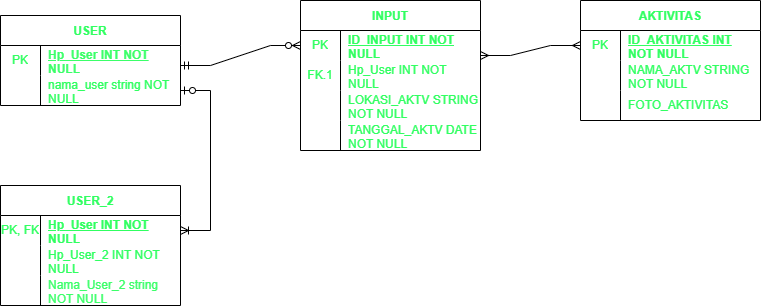
Before: ERD.png, a diagram exported from draw.io (ALTA-BE14-AdiYuda/ERD). Source tidied: cells renumbered, new cells last; positions are measured from the earlier drawing's top-left corner, leaving out a move shared by most shapes. The source it was exported from:
```xml
<mxGraphModel>
  <root>
    <mxCell id="0" />
    <mxCell id="1" parent="0" />
    <mxCell id="2" value="USER" style="shape=table;startSize=30;rowLines=0;fontStyle=1;fontColor=#30FF61;" parent="1" vertex="1">
      <mxGeometry y="15" width="180" height="90" as="geometry" />
    </mxCell>
    <mxCell id="3" style="shape=tableRow;horizontal=0;startSize=0;swimlaneHead=0;swimlaneBody=0;top=0;left=0;bottom=0;right=0;fillColor=none;" parent="2" vertex="1">
      <mxGeometry y="30" width="180" height="30" as="geometry" />
    </mxCell>
    <mxCell id="4" value="&lt;font style=&quot;--darkreader-inline-color:#3bff69;&quot; color=&quot;#30ff61&quot;&gt;PK&lt;/font&gt;" style="shape=partialRectangle;html=1;whiteSpace=wrap;fillColor=none;top=0;left=0;bottom=0;right=0;overflow=hidden;" parent="3" vertex="1">
      <mxGeometry width="40" height="30" as="geometry" />
    </mxCell>
    <mxCell id="5" value="&lt;u style=&quot;color: rgb(59, 255, 105); --darkreader-inline-color:#43ff6f;&quot;&gt;&lt;b&gt;Hp_User INT NOT NULL&lt;/b&gt;&lt;/u&gt;" style="shape=partialRectangle;html=1;whiteSpace=wrap;fillColor=none;top=0;left=0;bottom=0;right=0;align=left;spacingLeft=6;overflow=hidden;" parent="3" vertex="1">
      <mxGeometry x="40" width="140" height="30" as="geometry" />
    </mxCell>
    <mxCell id="6" style="shape=tableRow;horizontal=0;startSize=0;swimlaneHead=0;swimlaneBody=0;top=0;left=0;bottom=0;right=0;fillColor=none;points=[[0,0.5],[1,0.5]];portConstraint=eastwest;" parent="2" vertex="1">
      <mxGeometry y="60" width="180" height="30" as="geometry" />
    </mxCell>
    <mxCell id="7" style="shape=partialRectangle;html=1;whiteSpace=wrap;fillColor=none;top=0;left=0;bottom=0;right=0;overflow=hidden;" parent="6" vertex="1">
      <mxGeometry width="40" height="30" as="geometry" />
    </mxCell>
    <mxCell id="8" value="&lt;font style=&quot;--darkreader-inline-color:#3bff69;&quot; color=&quot;#30ff61&quot;&gt;nama_user string NOT NULL&lt;/font&gt;" style="shape=partialRectangle;html=1;whiteSpace=wrap;fillColor=none;top=0;left=0;bottom=0;right=0;align=left;spacingLeft=6;overflow=hidden;" parent="6" vertex="1">
      <mxGeometry x="40" width="140" height="30" as="geometry" />
    </mxCell>
    <mxCell id="9" value="INPUT" style="shape=table;startSize=30;rowLines=0;fontStyle=1;fontColor=#30FF61;" parent="1" vertex="1">
      <mxGeometry x="300" width="180" height="150" as="geometry" />
    </mxCell>
    <mxCell id="10" style="shape=tableRow;horizontal=0;startSize=0;swimlaneHead=0;swimlaneBody=0;top=0;left=0;bottom=0;right=0;fillColor=none;points=[[0,0.5],[1,0.5]];portConstraint=eastwest;fontColor=#30FF61;" parent="9" vertex="1">
      <mxGeometry y="30" width="180" height="30" as="geometry" />
    </mxCell>
    <mxCell id="11" value="PK" style="shape=partialRectangle;html=1;whiteSpace=wrap;fillColor=none;top=0;left=0;bottom=0;right=0;overflow=hidden;fontColor=#30FF61;" parent="10" vertex="1">
      <mxGeometry width="40" height="30" as="geometry" />
    </mxCell>
    <mxCell id="12" value="&lt;u&gt;&lt;b&gt;ID_INPUT INT NOT NULL&lt;/b&gt;&lt;/u&gt;" style="shape=partialRectangle;html=1;whiteSpace=wrap;fillColor=none;top=0;left=0;bottom=0;right=0;align=left;spacingLeft=6;overflow=hidden;fontColor=#30FF61;" parent="10" vertex="1">
      <mxGeometry x="40" width="140" height="30" as="geometry" />
    </mxCell>
    <mxCell id="13" style="shape=tableRow;horizontal=0;startSize=0;swimlaneHead=0;swimlaneBody=0;top=0;left=0;bottom=0;right=0;fillColor=none;points=[[0,0.5],[1,0.5]];portConstraint=eastwest;fontColor=#30FF61;" parent="9" vertex="1">
      <mxGeometry y="60" width="180" height="30" as="geometry" />
    </mxCell>
    <mxCell id="14" value="FK.1" style="shape=partialRectangle;html=1;whiteSpace=wrap;fillColor=none;top=0;left=0;bottom=0;right=0;overflow=hidden;fontColor=#30FF61;" parent="13" vertex="1">
      <mxGeometry width="40" height="30" as="geometry" />
    </mxCell>
    <mxCell id="15" value="Hp_User INT NOT NULL" style="shape=partialRectangle;html=1;whiteSpace=wrap;fillColor=none;top=0;left=0;bottom=0;right=0;align=left;spacingLeft=6;overflow=hidden;fontColor=#30FF61;" parent="13" vertex="1">
      <mxGeometry x="40" width="140" height="30" as="geometry" />
    </mxCell>
    <mxCell id="16" style="shape=tableRow;horizontal=0;startSize=0;swimlaneHead=0;swimlaneBody=0;top=0;left=0;bottom=0;right=0;fillColor=none;fontColor=#30FF61;" parent="9" vertex="1">
      <mxGeometry y="90" width="180" height="30" as="geometry" />
    </mxCell>
    <mxCell id="17" style="shape=partialRectangle;html=1;whiteSpace=wrap;fillColor=none;top=0;left=0;bottom=0;right=0;overflow=hidden;fontColor=#30FF61;" parent="16" vertex="1">
      <mxGeometry width="40" height="30" as="geometry" />
    </mxCell>
    <mxCell id="18" value="LOKASI_AKTV STRING NOT NULL" style="shape=partialRectangle;html=1;whiteSpace=wrap;fillColor=none;top=0;left=0;bottom=0;right=0;align=left;spacingLeft=6;overflow=hidden;fontColor=#30FF61;" parent="16" vertex="1">
      <mxGeometry x="40" width="140" height="30" as="geometry" />
    </mxCell>
    <mxCell id="19" style="shape=tableRow;horizontal=0;startSize=0;swimlaneHead=0;swimlaneBody=0;top=0;left=0;bottom=0;right=0;fillColor=none;fontColor=#30FF61;" parent="9" vertex="1">
      <mxGeometry y="120" width="180" height="30" as="geometry" />
    </mxCell>
    <mxCell id="20" style="shape=partialRectangle;html=1;whiteSpace=wrap;fillColor=none;top=0;left=0;bottom=0;right=0;overflow=hidden;fontColor=#30FF61;" parent="19" vertex="1">
      <mxGeometry width="40" height="30" as="geometry" />
    </mxCell>
    <mxCell id="21" value="TANGGAL_AKTV DATE NOT NULL" style="shape=partialRectangle;html=1;whiteSpace=wrap;fillColor=none;top=0;left=0;bottom=0;right=0;align=left;spacingLeft=6;overflow=hidden;fontColor=#30FF61;" parent="19" vertex="1">
      <mxGeometry x="40" width="140" height="30" as="geometry" />
    </mxCell>
    <mxCell id="22" value="USER_2" style="shape=table;startSize=30;rowLines=0;fontStyle=1;fontColor=#30FF61;" parent="1" vertex="1">
      <mxGeometry y="185" width="180" height="120" as="geometry" />
    </mxCell>
    <mxCell id="23" style="shape=tableRow;horizontal=0;startSize=0;swimlaneHead=0;swimlaneBody=0;top=0;left=0;bottom=0;right=0;fillColor=none;points=[[0,0.5],[1,0.5]];portConstraint=eastwest;" parent="22" vertex="1">
      <mxGeometry y="30" width="180" height="30" as="geometry" />
    </mxCell>
    <mxCell id="24" value="&lt;font style=&quot;--darkreader-inline-color:#3bff69;&quot; color=&quot;#30ff61&quot;&gt;PK, FK&lt;/font&gt;" style="shape=partialRectangle;html=1;whiteSpace=wrap;fillColor=none;top=0;left=0;bottom=0;right=0;overflow=hidden;" parent="23" vertex="1">
      <mxGeometry width="40" height="30" as="geometry" />
    </mxCell>
    <mxCell id="25" value="&lt;font style=&quot;--darkreader-inline-color:#3bff69;&quot; color=&quot;#30ff61&quot;&gt;&lt;u&gt;&lt;b&gt;Hp_User INT NOT NULL&lt;/b&gt;&lt;/u&gt;&lt;/font&gt;" style="shape=partialRectangle;html=1;whiteSpace=wrap;fillColor=none;top=0;left=0;bottom=0;right=0;align=left;spacingLeft=6;overflow=hidden;" parent="23" vertex="1">
      <mxGeometry x="40" width="140" height="30" as="geometry" />
    </mxCell>
    <mxCell id="26" style="shape=tableRow;horizontal=0;startSize=0;swimlaneHead=0;swimlaneBody=0;top=0;left=0;bottom=0;right=0;fillColor=none;" parent="22" vertex="1">
      <mxGeometry y="60" width="180" height="30" as="geometry" />
    </mxCell>
    <mxCell id="27" style="shape=partialRectangle;html=1;whiteSpace=wrap;fillColor=none;top=0;left=0;bottom=0;right=0;overflow=hidden;" parent="26" vertex="1">
      <mxGeometry width="40" height="30" as="geometry" />
    </mxCell>
    <mxCell id="28" value="&lt;font style=&quot;--darkreader-inline-color:#3bff69;&quot; color=&quot;#30ff61&quot;&gt;Hp_User_2 INT NOT NULL&lt;/font&gt;" style="shape=partialRectangle;html=1;whiteSpace=wrap;fillColor=none;top=0;left=0;bottom=0;right=0;align=left;spacingLeft=6;overflow=hidden;" parent="26" vertex="1">
      <mxGeometry x="40" width="140" height="30" as="geometry" />
    </mxCell>
    <mxCell id="29" style="shape=tableRow;horizontal=0;startSize=0;swimlaneHead=0;swimlaneBody=0;top=0;left=0;bottom=0;right=0;fillColor=none;" parent="22" vertex="1">
      <mxGeometry y="90" width="180" height="30" as="geometry" />
    </mxCell>
    <mxCell id="30" style="shape=partialRectangle;html=1;whiteSpace=wrap;fillColor=none;top=0;left=0;bottom=0;right=0;overflow=hidden;" parent="29" vertex="1">
      <mxGeometry width="40" height="30" as="geometry" />
    </mxCell>
    <mxCell id="31" value="&lt;span style=&quot;color: rgb(59, 255, 105); --darkreader-inline-color:#43ff6f;&quot;&gt;Nama_User_2 string NOT NULL&lt;/span&gt;" style="shape=partialRectangle;html=1;whiteSpace=wrap;fillColor=none;top=0;left=0;bottom=0;right=0;align=left;spacingLeft=6;overflow=hidden;" parent="29" vertex="1">
      <mxGeometry x="40" width="140" height="30" as="geometry" />
    </mxCell>
    <mxCell id="32" value="AKTIVITAS" style="shape=table;startSize=30;rowLines=0;fontStyle=1;fontColor=#30FF61;" parent="1" vertex="1">
      <mxGeometry x="580" width="180" height="120" as="geometry" />
    </mxCell>
    <mxCell id="33" style="shape=tableRow;horizontal=0;startSize=0;swimlaneHead=0;swimlaneBody=0;top=0;left=0;bottom=0;right=0;fillColor=none;points=[[0,0.5],[1,0.5]];portConstraint=eastwest;fontColor=#30FF61;" parent="32" vertex="1">
      <mxGeometry y="30" width="180" height="30" as="geometry" />
    </mxCell>
    <mxCell id="34" value="PK" style="shape=partialRectangle;html=1;whiteSpace=wrap;fillColor=none;top=0;left=0;bottom=0;right=0;overflow=hidden;fontColor=#30FF61;" parent="33" vertex="1">
      <mxGeometry width="40" height="30" as="geometry" />
    </mxCell>
    <mxCell id="35" value="&lt;u&gt;&lt;b&gt;ID_AKTIVITAS INT NOT NULL&lt;/b&gt;&lt;/u&gt;" style="shape=partialRectangle;html=1;whiteSpace=wrap;fillColor=none;top=0;left=0;bottom=0;right=0;align=left;spacingLeft=6;overflow=hidden;fontColor=#30FF61;" parent="33" vertex="1">
      <mxGeometry x="40" width="140" height="30" as="geometry" />
    </mxCell>
    <mxCell id="36" style="shape=tableRow;horizontal=0;startSize=0;swimlaneHead=0;swimlaneBody=0;top=0;left=0;bottom=0;right=0;fillColor=none;fontColor=#30FF61;" parent="32" vertex="1">
      <mxGeometry y="60" width="180" height="30" as="geometry" />
    </mxCell>
    <mxCell id="37" style="shape=partialRectangle;html=1;whiteSpace=wrap;fillColor=none;top=0;left=0;bottom=0;right=0;overflow=hidden;fontColor=#30FF61;" parent="36" vertex="1">
      <mxGeometry width="40" height="30" as="geometry" />
    </mxCell>
    <mxCell id="38" value="NAMA_AKTV STRING NOT NULL" style="shape=partialRectangle;html=1;whiteSpace=wrap;fillColor=none;top=0;left=0;bottom=0;right=0;align=left;spacingLeft=6;overflow=hidden;fontColor=#30FF61;" parent="36" vertex="1">
      <mxGeometry x="40" width="140" height="30" as="geometry" />
    </mxCell>
    <mxCell id="39" style="shape=tableRow;horizontal=0;startSize=0;swimlaneHead=0;swimlaneBody=0;top=0;left=0;bottom=0;right=0;fillColor=none;fontColor=#30FF61;" parent="32" vertex="1">
      <mxGeometry y="90" width="180" height="30" as="geometry" />
    </mxCell>
    <mxCell id="40" style="shape=partialRectangle;html=1;whiteSpace=wrap;fillColor=none;top=0;left=0;bottom=0;right=0;overflow=hidden;fontColor=#30FF61;" parent="39" vertex="1">
      <mxGeometry width="40" height="30" as="geometry" />
    </mxCell>
    <mxCell id="41" value="FOTO_AKTIVITAS" style="shape=partialRectangle;html=1;whiteSpace=wrap;fillColor=none;top=0;left=0;bottom=0;right=0;align=left;spacingLeft=6;overflow=hidden;fontColor=#30FF61;" parent="39" vertex="1">
      <mxGeometry x="40" width="140" height="30" as="geometry" />
    </mxCell>
    <mxCell id="42" style="edgeStyle=entityRelationEdgeStyle;fontSize=12;html=1;endArrow=ERzeroToMany;startArrow=ERmandOne;rounded=0;entryX=0;entryY=0.5;entryDx=0;entryDy=0;" parent="1" edge="1" target="10">
      <mxGeometry relative="1" as="geometry">
        <mxPoint x="180" y="65" as="sourcePoint" />
      </mxGeometry>
    </mxCell>
    <mxCell id="43" style="edgeStyle=entityRelationEdgeStyle;fontSize=12;html=1;endArrow=ERoneToMany;startArrow=ERzeroToOne;rounded=0;entryX=1;entryY=0.5;entryDx=0;entryDy=0;exitX=1;exitY=0.5;exitDx=0;exitDy=0;" parent="1" edge="1" source="6" target="23">
      <mxGeometry relative="1" as="geometry" />
    </mxCell>
    <mxCell id="44" style="edgeStyle=entityRelationEdgeStyle;fontSize=12;html=1;endArrow=ERmany;startArrow=ERmany;rounded=0;entryX=0;entryY=0.5;entryDx=0;entryDy=0;" parent="1" edge="1" target="33">
      <mxGeometry relative="1" as="geometry">
        <mxPoint x="480" y="55" as="sourcePoint" />
      </mxGeometry>
    </mxCell>
  </root>
</mxGraphModel>
```
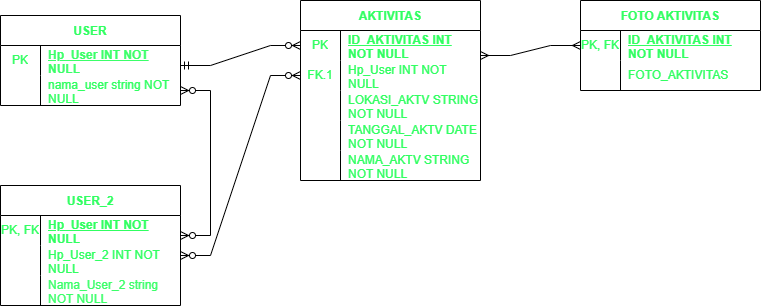
After the commit.

Change to the diagram source:
```diff
@@ -23,8 +23,8 @@
     <mxCell id="8" value="&lt;font style=&quot;--darkreader-inline-color:#3bff69;&quot; color=&quot;#30ff61&quot;&gt;nama_user string NOT NULL&lt;/font&gt;" style="shape=partialRectangle;html=1;whiteSpace=wrap;fillColor=none;top=0;left=0;bottom=0;right=0;align=left;spacingLeft=6;overflow=hidden;" parent="6" vertex="1">
       <mxGeometry x="40" width="140" height="30" as="geometry" />
     </mxCell>
-    <mxCell id="9" value="INPUT" style="shape=table;startSize=30;rowLines=0;fontStyle=1;fontColor=#30FF61;" parent="1" vertex="1">
-      <mxGeometry x="300" width="180" height="150" as="geometry" />
+    <mxCell id="9" value="AKTIVITAS" style="shape=table;startSize=30;rowLines=0;fontStyle=1;fontColor=#30FF61;" parent="1" vertex="1">
+      <mxGeometry x="300" width="180" height="180" as="geometry" />
     </mxCell>
     <mxCell id="10" style="shape=tableRow;horizontal=0;startSize=0;swimlaneHead=0;swimlaneBody=0;top=0;left=0;bottom=0;right=0;fillColor=none;points=[[0,0.5],[1,0.5]];portConstraint=eastwest;fontColor=#30FF61;" parent="9" vertex="1">
       <mxGeometry y="30" width="180" height="30" as="geometry" />
@@ -32,7 +32,7 @@
     <mxCell id="11" value="PK" style="shape=partialRectangle;html=1;whiteSpace=wrap;fillColor=none;top=0;left=0;bottom=0;right=0;overflow=hidden;fontColor=#30FF61;" parent="10" vertex="1">
       <mxGeometry width="40" height="30" as="geometry" />
     </mxCell>
-    <mxCell id="12" value="&lt;u&gt;&lt;b&gt;ID_INPUT INT NOT NULL&lt;/b&gt;&lt;/u&gt;" style="shape=partialRectangle;html=1;whiteSpace=wrap;fillColor=none;top=0;left=0;bottom=0;right=0;align=left;spacingLeft=6;overflow=hidden;fontColor=#30FF61;" parent="10" vertex="1">
+    <mxCell id="12" value="&lt;u&gt;&lt;b&gt;ID_AKTIVITAS INT NOT NULL&lt;/b&gt;&lt;/u&gt;" style="shape=partialRectangle;html=1;whiteSpace=wrap;fillColor=none;top=0;left=0;bottom=0;right=0;align=left;spacingLeft=6;overflow=hidden;fontColor=#30FF61;" parent="10" vertex="1">
       <mxGeometry x="40" width="140" height="30" as="geometry" />
     </mxCell>
     <mxCell id="13" style="shape=tableRow;horizontal=0;startSize=0;swimlaneHead=0;swimlaneBody=0;top=0;left=0;bottom=0;right=0;fillColor=none;points=[[0,0.5],[1,0.5]];portConstraint=eastwest;fontColor=#30FF61;" parent="9" vertex="1">
@@ -62,6 +62,15 @@
     <mxCell id="21" value="TANGGAL_AKTV DATE NOT NULL" style="shape=partialRectangle;html=1;whiteSpace=wrap;fillColor=none;top=0;left=0;bottom=0;right=0;align=left;spacingLeft=6;overflow=hidden;fontColor=#30FF61;" parent="19" vertex="1">
       <mxGeometry x="40" width="140" height="30" as="geometry" />
     </mxCell>
+    <mxCell id="45" style="shape=tableRow;horizontal=0;startSize=0;swimlaneHead=0;swimlaneBody=0;top=0;left=0;bottom=0;right=0;fillColor=none;fontColor=#30FF61;" parent="9" vertex="1">
+      <mxGeometry y="150" width="180" height="30" as="geometry" />
+    </mxCell>
+    <mxCell id="40" style="shape=partialRectangle;html=1;whiteSpace=wrap;fillColor=none;top=0;left=0;bottom=0;right=0;overflow=hidden;fontColor=#30FF61;" parent="45" vertex="1">
+      <mxGeometry width="40" height="30" as="geometry" />
+    </mxCell>
+    <mxCell id="46" value="NAMA_AKTV STRING NOT NULL" style="shape=partialRectangle;html=1;whiteSpace=wrap;fillColor=none;top=0;left=0;bottom=0;right=0;align=left;spacingLeft=6;overflow=hidden;fontColor=#30FF61;" parent="45" vertex="1">
+      <mxGeometry x="40" width="140" height="30" as="geometry" />
+    </mxCell>
     <mxCell id="22" value="USER_2" style="shape=table;startSize=30;rowLines=0;fontStyle=1;fontColor=#30FF61;" parent="1" vertex="1">
       <mxGeometry y="185" width="180" height="120" as="geometry" />
     </mxCell>
@@ -92,13 +101,13 @@
     <mxCell id="31" value="&lt;span style=&quot;color: rgb(59, 255, 105); --darkreader-inline-color:#43ff6f;&quot;&gt;Nama_User_2 string NOT NULL&lt;/span&gt;" style="shape=partialRectangle;html=1;whiteSpace=wrap;fillColor=none;top=0;left=0;bottom=0;right=0;align=left;spacingLeft=6;overflow=hidden;" parent="29" vertex="1">
       <mxGeometry x="40" width="140" height="30" as="geometry" />
     </mxCell>
-    <mxCell id="32" value="AKTIVITAS" style="shape=table;startSize=30;rowLines=0;fontStyle=1;fontColor=#30FF61;" parent="1" vertex="1">
-      <mxGeometry x="580" width="180" height="120" as="geometry" />
+    <mxCell id="32" value="FOTO AKTIVITAS" style="shape=table;startSize=30;rowLines=0;fontStyle=1;fontColor=#30FF61;" parent="1" vertex="1">
+      <mxGeometry x="580" width="180" height="90" as="geometry" />
     </mxCell>
     <mxCell id="33" style="shape=tableRow;horizontal=0;startSize=0;swimlaneHead=0;swimlaneBody=0;top=0;left=0;bottom=0;right=0;fillColor=none;points=[[0,0.5],[1,0.5]];portConstraint=eastwest;fontColor=#30FF61;" parent="32" vertex="1">
       <mxGeometry y="30" width="180" height="30" as="geometry" />
     </mxCell>
-    <mxCell id="34" value="PK" style="shape=partialRectangle;html=1;whiteSpace=wrap;fillColor=none;top=0;left=0;bottom=0;right=0;overflow=hidden;fontColor=#30FF61;" parent="33" vertex="1">
+    <mxCell id="34" value="PK, FK" style="shape=partialRectangle;html=1;whiteSpace=wrap;fillColor=none;top=0;left=0;bottom=0;right=0;overflow=hidden;fontColor=#30FF61;" parent="33" vertex="1">
       <mxGeometry width="40" height="30" as="geometry" />
     </mxCell>
     <mxCell id="35" value="&lt;u&gt;&lt;b&gt;ID_AKTIVITAS INT NOT NULL&lt;/b&gt;&lt;/u&gt;" style="shape=partialRectangle;html=1;whiteSpace=wrap;fillColor=none;top=0;left=0;bottom=0;right=0;align=left;spacingLeft=6;overflow=hidden;fontColor=#30FF61;" parent="33" vertex="1">
@@ -110,30 +119,28 @@
     <mxCell id="37" style="shape=partialRectangle;html=1;whiteSpace=wrap;fillColor=none;top=0;left=0;bottom=0;right=0;overflow=hidden;fontColor=#30FF61;" parent="36" vertex="1">
       <mxGeometry width="40" height="30" as="geometry" />
     </mxCell>
-    <mxCell id="38" value="NAMA_AKTV STRING NOT NULL" style="shape=partialRectangle;html=1;whiteSpace=wrap;fillColor=none;top=0;left=0;bottom=0;right=0;align=left;spacingLeft=6;overflow=hidden;fontColor=#30FF61;" parent="36" vertex="1">
+    <mxCell id="38" value="FOTO_AKTIVITAS" style="shape=partialRectangle;html=1;whiteSpace=wrap;fillColor=none;top=0;left=0;bottom=0;right=0;align=left;spacingLeft=6;overflow=hidden;fontColor=#30FF61;" parent="36" vertex="1">
       <mxGeometry x="40" width="140" height="30" as="geometry" />
     </mxCell>
-    <mxCell id="39" style="shape=tableRow;horizontal=0;startSize=0;swimlaneHead=0;swimlaneBody=0;top=0;left=0;bottom=0;right=0;fillColor=none;fontColor=#30FF61;" parent="32" vertex="1">
-      <mxGeometry y="90" width="180" height="30" as="geometry" />
-    </mxCell>
-    <mxCell id="40" style="shape=partialRectangle;html=1;whiteSpace=wrap;fillColor=none;top=0;left=0;bottom=0;right=0;overflow=hidden;fontColor=#30FF61;" parent="39" vertex="1">
-      <mxGeometry width="40" height="30" as="geometry" />
-    </mxCell>
-    <mxCell id="41" value="FOTO_AKTIVITAS" style="shape=partialRectangle;html=1;whiteSpace=wrap;fillColor=none;top=0;left=0;bottom=0;right=0;align=left;spacingLeft=6;overflow=hidden;fontColor=#30FF61;" parent="39" vertex="1">
-      <mxGeometry x="40" width="140" height="30" as="geometry" />
-    </mxCell>
     <mxCell id="42" style="edgeStyle=entityRelationEdgeStyle;fontSize=12;html=1;endArrow=ERzeroToMany;startArrow=ERmandOne;rounded=0;entryX=0;entryY=0.5;entryDx=0;entryDy=0;" parent="1" edge="1" target="10">
       <mxGeometry relative="1" as="geometry">
         <mxPoint x="180" y="65" as="sourcePoint" />
       </mxGeometry>
     </mxCell>
-    <mxCell id="43" style="edgeStyle=entityRelationEdgeStyle;fontSize=12;html=1;endArrow=ERoneToMany;startArrow=ERzeroToOne;rounded=0;entryX=1;entryY=0.5;entryDx=0;entryDy=0;exitX=1;exitY=0.5;exitDx=0;exitDy=0;" parent="1" edge="1" source="6" target="23">
-      <mxGeometry relative="1" as="geometry" />
-    </mxCell>
     <mxCell id="44" style="edgeStyle=entityRelationEdgeStyle;fontSize=12;html=1;endArrow=ERmany;startArrow=ERmany;rounded=0;entryX=0;entryY=0.5;entryDx=0;entryDy=0;" parent="1" edge="1" target="33">
       <mxGeometry relative="1" as="geometry">
         <mxPoint x="480" y="55" as="sourcePoint" />
       </mxGeometry>
     </mxCell>
+    <mxCell id="47" style="edgeStyle=entityRelationEdgeStyle;fontSize=12;html=1;endArrow=ERzeroToMany;endFill=1;startArrow=ERzeroToMany;rounded=0;fontColor=#30FF61;entryX=1;entryY=0.5;entryDx=0;entryDy=0;" parent="1" edge="1" target="6">
+      <mxGeometry relative="1" as="geometry">
+        <mxPoint x="180" y="235" as="sourcePoint" />
+      </mxGeometry>
+    </mxCell>
+    <mxCell id="48" style="edgeStyle=entityRelationEdgeStyle;fontSize=12;html=1;endArrow=ERzeroToMany;endFill=1;startArrow=ERzeroToMany;rounded=0;fontColor=#30FF61;entryX=0;entryY=0.5;entryDx=0;entryDy=0;" parent="1" edge="1" target="13">
+      <mxGeometry relative="1" as="geometry">
+        <mxPoint x="180" y="255" as="sourcePoint" />
+      </mxGeometry>
+    </mxCell>
   </root>
 </mxGraphModel>
```
